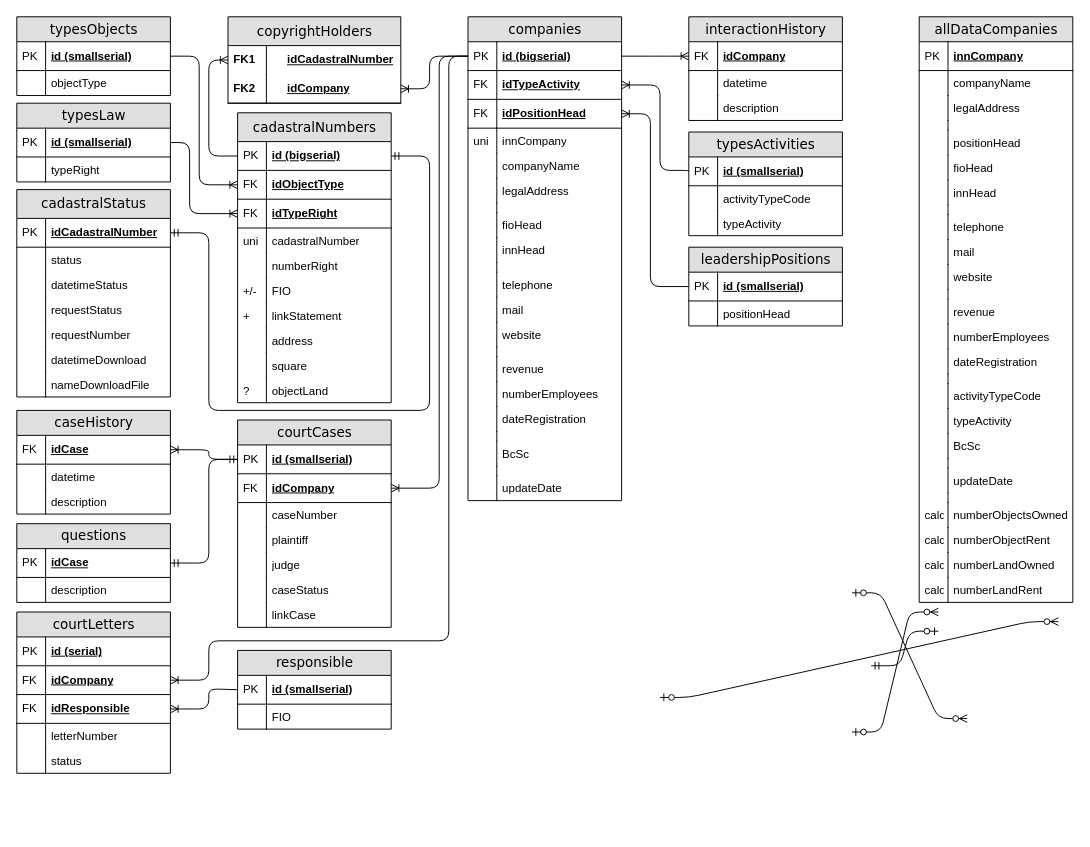
Earlier version of the draw.io diagram Диаграмма без названия.drawio (meadowse/factorial). Source tidied: cells renumbered, new cells numbered last; positions are measured from the earlier drawing's top-left corner, leaving out a move shared by most shapes. Both pictures are drawn from the tidied source at 96%, with x=0, y=0 at pixel (16, 16).
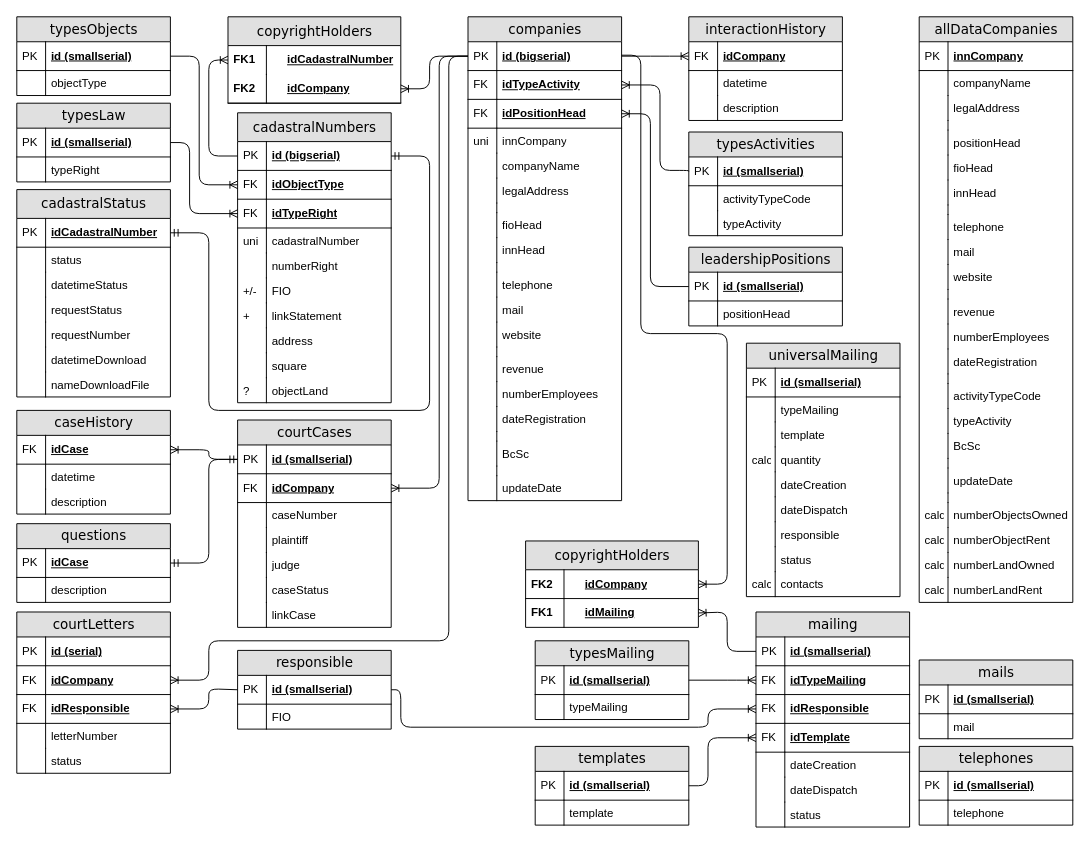
The same page after the edit.

The change refers to these unchanged cells:
```xml
<mxCell id="209" value="id (smallserial)" style="shape=partialRectangle;top=0;left=0;right=0;bottom=1;html=1;align=left;verticalAlign=middle;fillColor=none;spacingLeft=34;spacingRight=4;whiteSpace=wrap;overflow=hidden;points=[[0,0.5],[1,0.5]];portConstraint=eastwest;fontStyle=5;" parent="208" vertex="1">
  <mxGeometry y="26" width="160" height="30" as="geometry" />
</mxCell>
```

The edit, as a diff of the source:
```diff
@@
-    <mxCell id="66" style="edgeStyle=entityRelationEdgeStyle;html=1;endArrow=ERzeroToMany;startArrow=ERzeroToOne;labelBackgroundColor=none;fontFamily=Verdana;fontSize=14;entryX=0;entryY=0.5;" parent="1" edge="1">
-      <mxGeometry relative="1" as="geometry">
-        <mxPoint x="670" y="709" as="sourcePoint" />
-        <mxPoint x="1085" y="630" as="targetPoint" />
-      </mxGeometry>
-    </mxCell>
-    <mxCell id="67" style="edgeStyle=entityRelationEdgeStyle;html=1;endArrow=ERzeroToMany;startArrow=ERzeroToOne;labelBackgroundColor=none;fontFamily=Verdana;fontSize=14;entryX=0;entryY=0.5;entryDx=0;entryDy=0;" parent="1" edge="1">
-      <mxGeometry relative="1" as="geometry">
-        <mxPoint x="870" y="745" as="sourcePoint" />
-        <mxPoint x="960" y="620" as="targetPoint" />
-      </mxGeometry>
-    </mxCell>
-    <mxCell id="68" style="edgeStyle=entityRelationEdgeStyle;html=1;endArrow=ERzeroToMany;startArrow=ERzeroToOne;labelBackgroundColor=none;fontFamily=Verdana;fontSize=14;entryX=0;entryY=0.5;" parent="1" edge="1">
-      <mxGeometry relative="1" as="geometry">
-        <mxPoint x="870" y="600" as="sourcePoint" />
-        <mxPoint x="990" y="731" as="targetPoint" />
-      </mxGeometry>
-    </mxCell>
@@
-    <mxCell id="162" style="edgeStyle=entityRelationEdgeStyle;html=1;endArrow=ERzeroToOne;startArrow=ERmandOne;labelBackgroundColor=none;fontFamily=Verdana;fontSize=14;exitX=1;exitY=0.5;entryX=0;entryY=0.5;entryDx=0;entryDy=0;exitDx=0;exitDy=0;" parent="1" edge="1">
-      <mxGeometry relative="1" as="geometry">
-        <mxPoint x="890" y="676" as="sourcePoint" />
-        <mxPoint x="960" y="640" as="targetPoint" />
-      </mxGeometry>
-    </mxCell>
@@
+    <mxCell id="228" value="mails" style="swimlane;html=1;fontStyle=0;horizontal=1;startSize=26;fillColor=#e0e0e0;swimlaneFillColor=#ffffff;align=center;rounded=0;shadow=0;comic=0;labelBackgroundColor=none;strokeWidth=1;fontFamily=Verdana;fontSize=14;" parent="1" vertex="1">
+      <mxGeometry x="940" y="670" width="160" height="82" as="geometry" />
+    </mxCell>
+    <mxCell id="229" value="id (smallserial)" style="shape=partialRectangle;top=0;left=0;right=0;bottom=1;html=1;align=left;verticalAlign=middle;fillColor=none;spacingLeft=34;spacingRight=4;whiteSpace=wrap;overflow=hidden;fontStyle=5;" parent="228" vertex="1">
+      <mxGeometry y="26" width="160" height="30" as="geometry" />
+    </mxCell>
+    <mxCell id="230" value="PK" style="shape=partialRectangle;top=0;left=0;bottom=0;html=1;fillColor=none;align=left;verticalAlign=middle;spacingLeft=4;spacingRight=4;whiteSpace=wrap;overflow=hidden;" parent="229" vertex="1">
+      <mxGeometry width="30" height="30" as="geometry" />
+    </mxCell>
+    <mxCell id="231" value="mail" style="shape=partialRectangle;top=0;left=0;right=0;bottom=0;html=1;align=left;verticalAlign=top;fillColor=none;spacingLeft=34;spacingRight=4;whiteSpace=wrap;overflow=hidden;" parent="228" vertex="1">
+      <mxGeometry y="56" width="160" height="26" as="geometry" />
+    </mxCell>
+    <mxCell id="232" style="shape=partialRectangle;top=0;left=0;bottom=0;html=1;fillColor=none;align=left;verticalAlign=top;spacingLeft=4;spacingRight=4;whiteSpace=wrap;overflow=hidden;" parent="231" vertex="1">
+      <mxGeometry width="30" height="26" as="geometry" />
+    </mxCell>
+    <mxCell id="233" value="telephones" style="swimlane;html=1;fontStyle=0;horizontal=1;startSize=26;fillColor=#e0e0e0;swimlaneFillColor=#ffffff;align=center;rounded=0;shadow=0;comic=0;labelBackgroundColor=none;strokeWidth=1;fontFamily=Verdana;fontSize=14;" parent="1" vertex="1">
+      <mxGeometry x="940" y="760" width="160" height="82" as="geometry" />
+    </mxCell>
+    <mxCell id="234" value="id (smallserial)" style="shape=partialRectangle;top=0;left=0;right=0;bottom=1;html=1;align=left;verticalAlign=middle;fillColor=none;spacingLeft=34;spacingRight=4;whiteSpace=wrap;overflow=hidden;fontStyle=5;" parent="233" vertex="1">
+      <mxGeometry y="26" width="160" height="30" as="geometry" />
+    </mxCell>
+    <mxCell id="235" value="PK" style="shape=partialRectangle;top=0;left=0;bottom=0;html=1;fillColor=none;align=left;verticalAlign=middle;spacingLeft=4;spacingRight=4;whiteSpace=wrap;overflow=hidden;" parent="234" vertex="1">
+      <mxGeometry width="30" height="30" as="geometry" />
+    </mxCell>
+    <mxCell id="236" value="telephone" style="shape=partialRectangle;top=0;left=0;right=0;bottom=0;html=1;align=left;verticalAlign=top;fillColor=none;spacingLeft=34;spacingRight=4;whiteSpace=wrap;overflow=hidden;" parent="233" vertex="1">
+      <mxGeometry y="56" width="160" height="26" as="geometry" />
+    </mxCell>
+    <mxCell id="237" style="shape=partialRectangle;top=0;left=0;bottom=0;html=1;fillColor=none;align=left;verticalAlign=top;spacingLeft=4;spacingRight=4;whiteSpace=wrap;overflow=hidden;" parent="236" vertex="1">
+      <mxGeometry width="30" height="26" as="geometry" />
+    </mxCell>
+    <mxCell id="238" value="mailing" style="swimlane;html=1;fontStyle=0;horizontal=1;startSize=26;fillColor=#e0e0e0;swimlaneFillColor=#ffffff;align=center;rounded=0;shadow=0;comic=0;labelBackgroundColor=none;strokeWidth=1;fontFamily=Verdana;fontSize=14;" parent="1" vertex="1">
+      <mxGeometry x="770" y="620" width="160" height="224" as="geometry" />
+    </mxCell>
+    <mxCell id="239" value="id (smallserial)" style="shape=partialRectangle;top=0;left=0;right=0;bottom=1;html=1;align=left;verticalAlign=middle;fillColor=none;spacingLeft=34;spacingRight=4;whiteSpace=wrap;overflow=hidden;points=[[0,0.5],[1,0.5]];portConstraint=eastwest;fontStyle=5;" parent="238" vertex="1">
+      <mxGeometry y="26" width="160" height="30" as="geometry" />
+    </mxCell>
+    <mxCell id="240" value="PK" style="shape=partialRectangle;top=0;left=0;bottom=0;html=1;fillColor=none;align=left;verticalAlign=middle;spacingLeft=4;spacingRight=4;whiteSpace=wrap;overflow=hidden;" parent="239" vertex="1">
+      <mxGeometry width="30" height="30" as="geometry" />
+    </mxCell>
+    <mxCell id="241" value="idTypeMailing" style="shape=partialRectangle;top=0;left=0;right=0;bottom=1;html=1;align=left;verticalAlign=middle;fillColor=none;spacingLeft=34;spacingRight=4;whiteSpace=wrap;overflow=hidden;points=[[0,0.5],[1,0.5]];portConstraint=eastwest;fontStyle=5;" parent="238" vertex="1">
+      <mxGeometry y="56" width="160" height="30" as="geometry" />
+    </mxCell>
+    <mxCell id="242" value="FK" style="shape=partialRectangle;top=0;left=0;bottom=0;html=1;fillColor=none;align=left;verticalAlign=middle;spacingLeft=4;spacingRight=4;whiteSpace=wrap;overflow=hidden;" parent="241" vertex="1">
+      <mxGeometry width="30" height="30" as="geometry" />
+    </mxCell>
+    <mxCell id="243" value="idResponsible" style="shape=partialRectangle;top=0;left=0;right=0;bottom=1;html=1;align=left;verticalAlign=middle;fillColor=none;spacingLeft=34;spacingRight=4;whiteSpace=wrap;overflow=hidden;points=[[0,0.5],[1,0.5]];portConstraint=eastwest;fontStyle=5;" parent="238" vertex="1">
+      <mxGeometry y="86" width="160" height="30" as="geometry" />
+    </mxCell>
+    <mxCell id="244" value="FK" style="shape=partialRectangle;top=0;left=0;bottom=0;html=1;fillColor=none;align=left;verticalAlign=middle;spacingLeft=4;spacingRight=4;whiteSpace=wrap;overflow=hidden;" parent="243" vertex="1">
+      <mxGeometry width="30" height="30" as="geometry" />
+    </mxCell>
+    <mxCell id="245" value="idTemplate" style="shape=partialRectangle;top=0;left=0;right=0;bottom=1;html=1;align=left;verticalAlign=middle;fillColor=none;spacingLeft=34;spacingRight=4;whiteSpace=wrap;overflow=hidden;points=[[0,0.5],[1,0.5]];portConstraint=eastwest;fontStyle=5;" parent="238" vertex="1">
+      <mxGeometry y="116" width="160" height="30" as="geometry" />
+    </mxCell>
+    <mxCell id="246" value="FK" style="shape=partialRectangle;top=0;left=0;bottom=0;html=1;fillColor=none;align=left;verticalAlign=middle;spacingLeft=4;spacingRight=4;whiteSpace=wrap;overflow=hidden;" parent="245" vertex="1">
+      <mxGeometry width="30" height="30" as="geometry" />
+    </mxCell>
+    <mxCell id="247" value="dateСreation" style="shape=partialRectangle;top=0;left=0;right=0;bottom=0;html=1;align=left;verticalAlign=top;fillColor=none;spacingLeft=34;spacingRight=4;whiteSpace=wrap;overflow=hidden;" parent="238" vertex="1">
+      <mxGeometry y="146" width="160" height="26" as="geometry" />
+    </mxCell>
+    <mxCell id="248" style="shape=partialRectangle;top=0;left=0;bottom=0;html=1;fillColor=none;align=left;verticalAlign=top;spacingLeft=4;spacingRight=4;whiteSpace=wrap;overflow=hidden;" parent="247" vertex="1">
+      <mxGeometry width="30" height="26" as="geometry" />
+    </mxCell>
+    <mxCell id="249" value="dateDispatch" style="shape=partialRectangle;top=0;left=0;right=0;bottom=0;html=1;align=left;verticalAlign=top;fillColor=none;spacingLeft=34;spacingRight=4;whiteSpace=wrap;overflow=hidden;" parent="238" vertex="1">
+      <mxGeometry y="172" width="160" height="26" as="geometry" />
+    </mxCell>
+    <mxCell id="250" style="shape=partialRectangle;top=0;left=0;bottom=0;html=1;fillColor=none;align=left;verticalAlign=top;spacingLeft=4;spacingRight=4;whiteSpace=wrap;overflow=hidden;" parent="249" vertex="1">
+      <mxGeometry width="30" height="26" as="geometry" />
+    </mxCell>
+    <mxCell id="251" value="status" style="shape=partialRectangle;top=0;left=0;right=0;bottom=0;html=1;align=left;verticalAlign=top;fillColor=none;spacingLeft=34;spacingRight=4;whiteSpace=wrap;overflow=hidden;" parent="238" vertex="1">
+      <mxGeometry y="198" width="160" height="26" as="geometry" />
+    </mxCell>
+    <mxCell id="252" style="shape=partialRectangle;top=0;left=0;bottom=0;html=1;fillColor=none;align=left;verticalAlign=top;spacingLeft=4;spacingRight=4;whiteSpace=wrap;overflow=hidden;" parent="251" vertex="1">
+      <mxGeometry width="30" height="26" as="geometry" />
+    </mxCell>
+    <mxCell id="253" value="templates" style="swimlane;html=1;fontStyle=0;horizontal=1;startSize=26;fillColor=#e0e0e0;swimlaneFillColor=#ffffff;align=center;rounded=0;shadow=0;comic=0;labelBackgroundColor=none;strokeWidth=1;fontFamily=Verdana;fontSize=14;" parent="1" vertex="1">
+      <mxGeometry x="540" y="760" width="160" height="82" as="geometry" />
+    </mxCell>
+    <mxCell id="254" value="id (smallserial)" style="shape=partialRectangle;top=0;left=0;right=0;bottom=1;html=1;align=left;verticalAlign=middle;fillColor=none;spacingLeft=34;spacingRight=4;whiteSpace=wrap;overflow=hidden;points=[[0,0.5],[1,0.5]];portConstraint=eastwest;fontStyle=5;" parent="253" vertex="1">
+      <mxGeometry y="26" width="160" height="30" as="geometry" />
+    </mxCell>
+    <mxCell id="255" value="PK" style="shape=partialRectangle;top=0;left=0;bottom=0;html=1;fillColor=none;align=left;verticalAlign=middle;spacingLeft=4;spacingRight=4;whiteSpace=wrap;overflow=hidden;" parent="254" vertex="1">
+      <mxGeometry width="30" height="30" as="geometry" />
+    </mxCell>
+    <mxCell id="256" value="template" style="shape=partialRectangle;top=0;left=0;right=0;bottom=0;html=1;align=left;verticalAlign=top;fillColor=none;spacingLeft=34;spacingRight=4;whiteSpace=wrap;overflow=hidden;" parent="253" vertex="1">
+      <mxGeometry y="56" width="160" height="26" as="geometry" />
+    </mxCell>
+    <mxCell id="257" style="shape=partialRectangle;top=0;left=0;bottom=0;html=1;fillColor=none;align=left;verticalAlign=top;spacingLeft=4;spacingRight=4;whiteSpace=wrap;overflow=hidden;" parent="256" vertex="1">
+      <mxGeometry width="30" height="26" as="geometry" />
+    </mxCell>
+    <mxCell id="258" style="edgeStyle=orthogonalEdgeStyle;html=1;endArrow=none;endFill=0;startArrow=ERoneToMany;labelBackgroundColor=none;fontFamily=Verdana;fontSize=14;entryX=1;entryY=0.5;entryDx=0;entryDy=0;startFill=0;exitX=0;exitY=0.5;exitDx=0;exitDy=0;" parent="1" edge="1" source="245" target="254">
+      <mxGeometry relative="1" as="geometry">
+        <Array as="points">
+          <mxPoint x="720" y="751" />
+          <mxPoint x="720" y="801" />
+        </Array>
+      </mxGeometry>
+    </mxCell>
+    <mxCell id="259" style="edgeStyle=orthogonalEdgeStyle;html=1;endArrow=none;startArrow=ERoneToMany;labelBackgroundColor=none;fontFamily=Verdana;fontSize=14;exitX=0;exitY=0.5;exitDx=0;exitDy=0;entryX=1;entryY=0.5;entryDx=0;entryDy=0;endFill=0;startFill=0;" parent="1" edge="1" source="243" target="209">
+      <mxGeometry relative="1" as="geometry">
+        <Array as="points">
+          <mxPoint x="720" y="721" />
+          <mxPoint x="720" y="740" />
+          <mxPoint x="400" y="740" />
+          <mxPoint x="400" y="701" />
+        </Array>
+      </mxGeometry>
+    </mxCell>
+    <mxCell id="260" value="typesMailing" style="swimlane;html=1;fontStyle=0;horizontal=1;startSize=26;fillColor=#e0e0e0;swimlaneFillColor=#ffffff;align=center;rounded=0;shadow=0;comic=0;labelBackgroundColor=none;strokeWidth=1;fontFamily=Verdana;fontSize=14;" parent="1" vertex="1">
+      <mxGeometry x="540" y="650" width="160" height="82" as="geometry" />
+    </mxCell>
+    <mxCell id="261" value="id (smallserial)" style="shape=partialRectangle;top=0;left=0;right=0;bottom=1;html=1;align=left;verticalAlign=middle;fillColor=none;spacingLeft=34;spacingRight=4;whiteSpace=wrap;overflow=hidden;points=[[0,0.5],[1,0.5]];portConstraint=eastwest;fontStyle=5;" parent="260" vertex="1">
+      <mxGeometry y="26" width="160" height="30" as="geometry" />
+    </mxCell>
+    <mxCell id="262" value="PK" style="shape=partialRectangle;top=0;left=0;bottom=0;html=1;fillColor=none;align=left;verticalAlign=middle;spacingLeft=4;spacingRight=4;whiteSpace=wrap;overflow=hidden;" parent="261" vertex="1">
+      <mxGeometry width="30" height="30" as="geometry" />
+    </mxCell>
+    <mxCell id="263" value="typeMailing" style="shape=partialRectangle;top=0;left=0;right=0;bottom=0;html=1;align=left;verticalAlign=top;fillColor=none;spacingLeft=34;spacingRight=4;whiteSpace=wrap;overflow=hidden;" parent="260" vertex="1">
+      <mxGeometry y="56" width="160" height="26" as="geometry" />
+    </mxCell>
+    <mxCell id="264" style="shape=partialRectangle;top=0;left=0;bottom=0;html=1;fillColor=none;align=left;verticalAlign=top;spacingLeft=4;spacingRight=4;whiteSpace=wrap;overflow=hidden;" parent="263" vertex="1">
+      <mxGeometry width="30" height="26" as="geometry" />
+    </mxCell>
+    <mxCell id="265" style="edgeStyle=orthogonalEdgeStyle;html=1;endArrow=none;endFill=0;startArrow=ERoneToMany;labelBackgroundColor=none;fontFamily=Verdana;fontSize=14;entryX=1;entryY=0.5;entryDx=0;entryDy=0;startFill=0;exitX=0;exitY=0.5;exitDx=0;exitDy=0;" parent="1" edge="1" source="241" target="261">
+      <mxGeometry relative="1" as="geometry">
+        <Array as="points">
+          <mxPoint x="750" y="691" />
+          <mxPoint x="750" y="691" />
+        </Array>
+      </mxGeometry>
+    </mxCell>
+    <mxCell id="266" value="copyrightHolders" style="swimlane;html=1;fontStyle=0;horizontal=1;startSize=30;fillColor=#e0e0e0;swimlaneFillColor=#ffffff;align=center;rounded=0;shadow=0;comic=0;labelBackgroundColor=none;strokeWidth=1;fontFamily=Verdana;fontSize=14;" parent="1" vertex="1">
+      <mxGeometry x="530" y="546" width="180" height="90" as="geometry" />
+    </mxCell>
+    <mxCell id="267" value="idCompany" style="shape=partialRectangle;top=0;left=0;right=0;bottom=1;html=1;align=left;verticalAlign=middle;fillColor=none;spacingLeft=60;spacingRight=4;whiteSpace=wrap;overflow=hidden;points=[[0,0.5],[1,0.5]];portConstraint=eastwest;fontStyle=5;" parent="266" vertex="1">
+      <mxGeometry y="30" width="180" height="30" as="geometry" />
+    </mxCell>
+    <mxCell id="268" value="FK2" style="shape=partialRectangle;fontStyle=1;top=0;left=0;bottom=0;html=1;fillColor=none;align=left;verticalAlign=middle;spacingLeft=4;spacingRight=4;whiteSpace=wrap;overflow=hidden;" parent="267" vertex="1">
+      <mxGeometry width="40" height="30" as="geometry" />
+    </mxCell>
+    <mxCell id="269" value="idMailing" style="shape=partialRectangle;top=0;left=0;right=0;bottom=0;html=1;align=left;verticalAlign=middle;fillColor=none;spacingLeft=60;spacingRight=4;whiteSpace=wrap;overflow=hidden;points=[[0,0.5],[1,0.5]];portConstraint=eastwest;fontStyle=5;" parent="266" vertex="1">
+      <mxGeometry y="60" width="180" height="30" as="geometry" />
+    </mxCell>
+    <mxCell id="270" value="FK1" style="shape=partialRectangle;fontStyle=1;top=0;left=0;bottom=0;html=1;fillColor=none;align=left;verticalAlign=middle;spacingLeft=4;spacingRight=4;whiteSpace=wrap;overflow=hidden;" parent="269" vertex="1">
+      <mxGeometry width="40" height="30" as="geometry" />
+    </mxCell>
+    <mxCell id="271" style="edgeStyle=orthogonalEdgeStyle;html=1;endArrow=ERoneToMany;endFill=0;startArrow=none;labelBackgroundColor=none;fontFamily=Verdana;fontSize=14;entryX=1;entryY=0.5;entryDx=0;entryDy=0;startFill=0;exitX=0;exitY=0.5;exitDx=0;exitDy=0;" parent="1" edge="1" source="239" target="269">
+      <mxGeometry relative="1" as="geometry">
+        <Array as="points">
+          <mxPoint x="740" y="661" />
+          <mxPoint x="740" y="620" />
+        </Array>
+      </mxGeometry>
+    </mxCell>
+    <mxCell id="272" style="edgeStyle=orthogonalEdgeStyle;html=1;endArrow=ERoneToMany;endFill=0;startArrow=none;labelBackgroundColor=none;fontFamily=Verdana;fontSize=14;entryX=1;entryY=0.5;entryDx=0;entryDy=0;startFill=0;" parent="1" edge="1" target="267">
+      <mxGeometry relative="1" as="geometry">
+        <mxPoint x="630" y="40" as="sourcePoint" />
+        <Array as="points">
+          <mxPoint x="650" y="40" />
+          <mxPoint x="650" y="330" />
+          <mxPoint x="740" y="330" />
+          <mxPoint x="740" y="591" />
+        </Array>
+      </mxGeometry>
+    </mxCell>
+    <mxCell id="273" value="universalMailing" style="swimlane;html=1;fontStyle=0;horizontal=1;startSize=26;fillColor=#e0e0e0;swimlaneFillColor=#ffffff;align=center;rounded=0;shadow=0;comic=0;labelBackgroundColor=none;strokeWidth=1;fontFamily=Verdana;fontSize=14;" parent="1" vertex="1">
+      <mxGeometry x="760" y="340" width="160" height="264" as="geometry" />
+    </mxCell>
+    <mxCell id="274" value="id (smallserial)" style="shape=partialRectangle;top=0;left=0;right=0;bottom=1;html=1;align=left;verticalAlign=middle;fillColor=none;spacingLeft=34;spacingRight=4;whiteSpace=wrap;overflow=hidden;fontStyle=5;" parent="273" vertex="1">
+      <mxGeometry y="26" width="160" height="30" as="geometry" />
+    </mxCell>
+    <mxCell id="275" value="PK" style="shape=partialRectangle;top=0;left=0;bottom=0;html=1;fillColor=none;align=left;verticalAlign=middle;spacingLeft=4;spacingRight=4;whiteSpace=wrap;overflow=hidden;" parent="274" vertex="1">
+      <mxGeometry width="30" height="30" as="geometry" />
+    </mxCell>
+    <mxCell id="276" value="typeMailing" style="shape=partialRectangle;top=0;left=0;right=0;bottom=0;html=1;align=left;verticalAlign=top;fillColor=none;spacingLeft=34;spacingRight=4;whiteSpace=wrap;overflow=hidden;" parent="273" vertex="1">
+      <mxGeometry y="56" width="160" height="26" as="geometry" />
+    </mxCell>
+    <mxCell id="277" style="shape=partialRectangle;top=0;left=0;bottom=0;html=1;fillColor=none;align=left;verticalAlign=top;spacingLeft=4;spacingRight=4;whiteSpace=wrap;overflow=hidden;" parent="276" vertex="1">
+      <mxGeometry width="30" height="26" as="geometry" />
+    </mxCell>
+    <mxCell id="278" value="template" style="shape=partialRectangle;top=0;left=0;right=0;bottom=0;html=1;align=left;verticalAlign=top;fillColor=none;spacingLeft=34;spacingRight=4;whiteSpace=wrap;overflow=hidden;" parent="273" vertex="1">
+      <mxGeometry y="82" width="160" height="26" as="geometry" />
+    </mxCell>
+    <mxCell id="279" style="shape=partialRectangle;top=0;left=0;bottom=0;html=1;fillColor=none;align=left;verticalAlign=top;spacingLeft=4;spacingRight=4;whiteSpace=wrap;overflow=hidden;" parent="278" vertex="1">
+      <mxGeometry width="30" height="26" as="geometry" />
+    </mxCell>
+    <mxCell id="280" value="quantity" style="shape=partialRectangle;top=0;left=0;right=0;bottom=0;html=1;align=left;verticalAlign=top;fillColor=none;spacingLeft=34;spacingRight=4;whiteSpace=wrap;overflow=hidden;" parent="273" vertex="1">
+      <mxGeometry y="108" width="160" height="26" as="geometry" />
+    </mxCell>
+    <mxCell id="281" value="calc" style="shape=partialRectangle;top=0;left=0;bottom=0;html=1;fillColor=none;align=left;verticalAlign=top;spacingLeft=4;spacingRight=4;whiteSpace=wrap;overflow=hidden;" parent="280" vertex="1">
+      <mxGeometry width="30" height="26" as="geometry" />
+    </mxCell>
+    <mxCell id="282" value="dateСreation" style="shape=partialRectangle;top=0;left=0;right=0;bottom=0;html=1;align=left;verticalAlign=top;fillColor=none;spacingLeft=34;spacingRight=4;whiteSpace=wrap;overflow=hidden;" parent="273" vertex="1">
+      <mxGeometry y="134" width="160" height="26" as="geometry" />
+    </mxCell>
+    <mxCell id="283" style="shape=partialRectangle;top=0;left=0;bottom=0;html=1;fillColor=none;align=left;verticalAlign=top;spacingLeft=4;spacingRight=4;whiteSpace=wrap;overflow=hidden;" parent="282" vertex="1">
+      <mxGeometry width="30" height="26" as="geometry" />
+    </mxCell>
+    <mxCell id="284" value="dateDispatch" style="shape=partialRectangle;top=0;left=0;right=0;bottom=0;html=1;align=left;verticalAlign=top;fillColor=none;spacingLeft=34;spacingRight=4;whiteSpace=wrap;overflow=hidden;" parent="273" vertex="1">
+      <mxGeometry y="160" width="160" height="26" as="geometry" />
+    </mxCell>
+    <mxCell id="285" style="shape=partialRectangle;top=0;left=0;bottom=0;html=1;fillColor=none;align=left;verticalAlign=top;spacingLeft=4;spacingRight=4;whiteSpace=wrap;overflow=hidden;" parent="284" vertex="1">
+      <mxGeometry width="30" height="26" as="geometry" />
+    </mxCell>
+    <mxCell id="286" value="responsible" style="shape=partialRectangle;top=0;left=0;right=0;bottom=0;html=1;align=left;verticalAlign=top;fillColor=none;spacingLeft=34;spacingRight=4;whiteSpace=wrap;overflow=hidden;" parent="273" vertex="1">
+      <mxGeometry y="186" width="160" height="26" as="geometry" />
+    </mxCell>
+    <mxCell id="287" style="shape=partialRectangle;top=0;left=0;bottom=0;html=1;fillColor=none;align=left;verticalAlign=top;spacingLeft=4;spacingRight=4;whiteSpace=wrap;overflow=hidden;" parent="286" vertex="1">
+      <mxGeometry width="30" height="26" as="geometry" />
+    </mxCell>
+    <mxCell id="288" value="status" style="shape=partialRectangle;top=0;left=0;right=0;bottom=0;html=1;align=left;verticalAlign=top;fillColor=none;spacingLeft=34;spacingRight=4;whiteSpace=wrap;overflow=hidden;" parent="273" vertex="1">
+      <mxGeometry y="212" width="160" height="26" as="geometry" />
+    </mxCell>
+    <mxCell id="289" style="shape=partialRectangle;top=0;left=0;bottom=0;html=1;fillColor=none;align=left;verticalAlign=top;spacingLeft=4;spacingRight=4;whiteSpace=wrap;overflow=hidden;" parent="288" vertex="1">
+      <mxGeometry width="30" height="26" as="geometry" />
+    </mxCell>
+    <mxCell id="290" value="contacts" style="shape=partialRectangle;top=0;left=0;right=0;bottom=0;html=1;align=left;verticalAlign=top;fillColor=none;spacingLeft=34;spacingRight=4;whiteSpace=wrap;overflow=hidden;" parent="273" vertex="1">
+      <mxGeometry y="238" width="160" height="26" as="geometry" />
+    </mxCell>
+    <mxCell id="291" value="calc" style="shape=partialRectangle;top=0;left=0;bottom=0;html=1;fillColor=none;align=left;verticalAlign=top;spacingLeft=4;spacingRight=4;whiteSpace=wrap;overflow=hidden;" parent="290" vertex="1">
+      <mxGeometry width="30" height="26" as="geometry" />
+    </mxCell>
```
